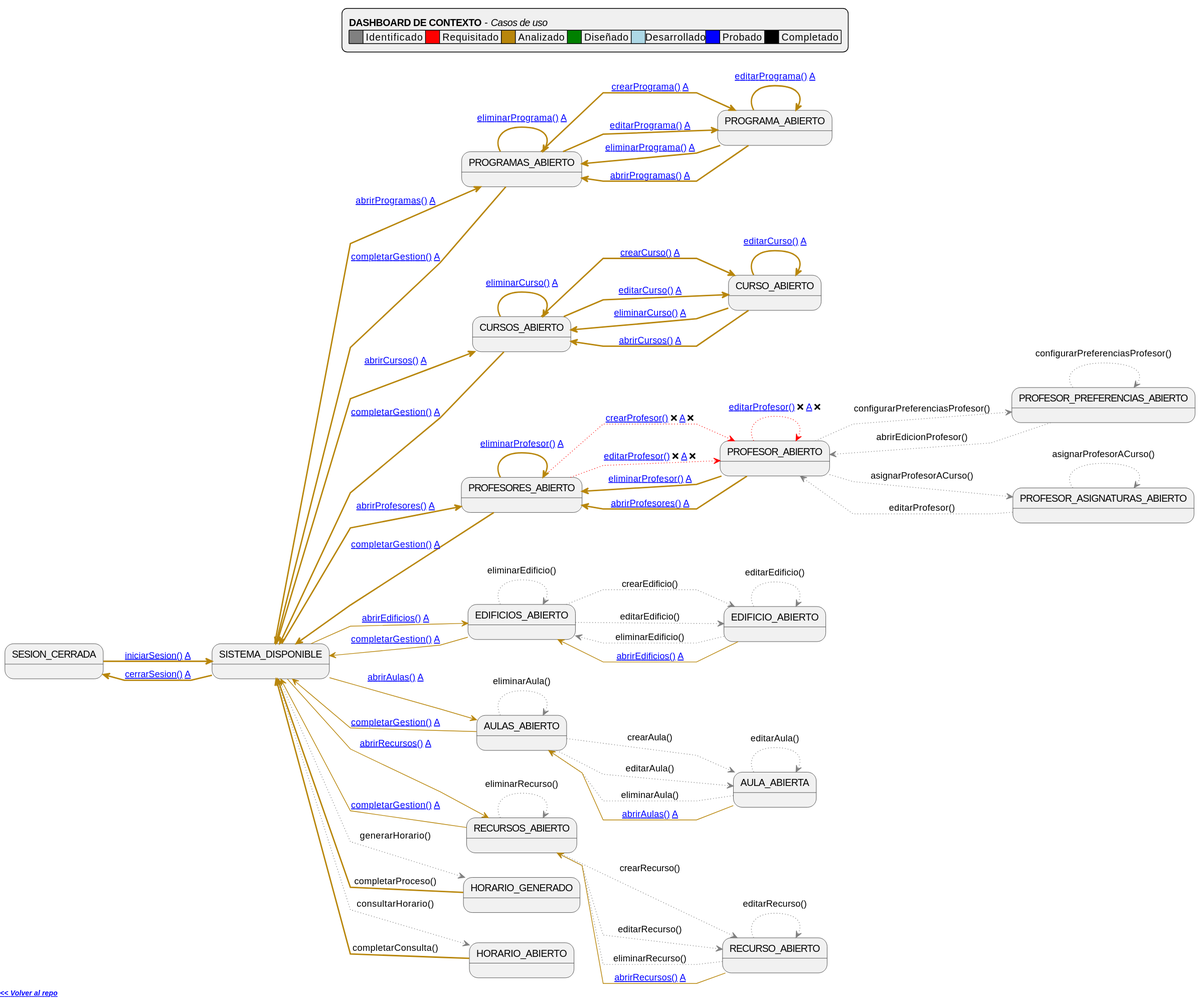
The PlantUML diagram images/RUP/99-seguimiento/diagrama-contexto-administrador.svg in Hexcss/scheduler, before a commit.
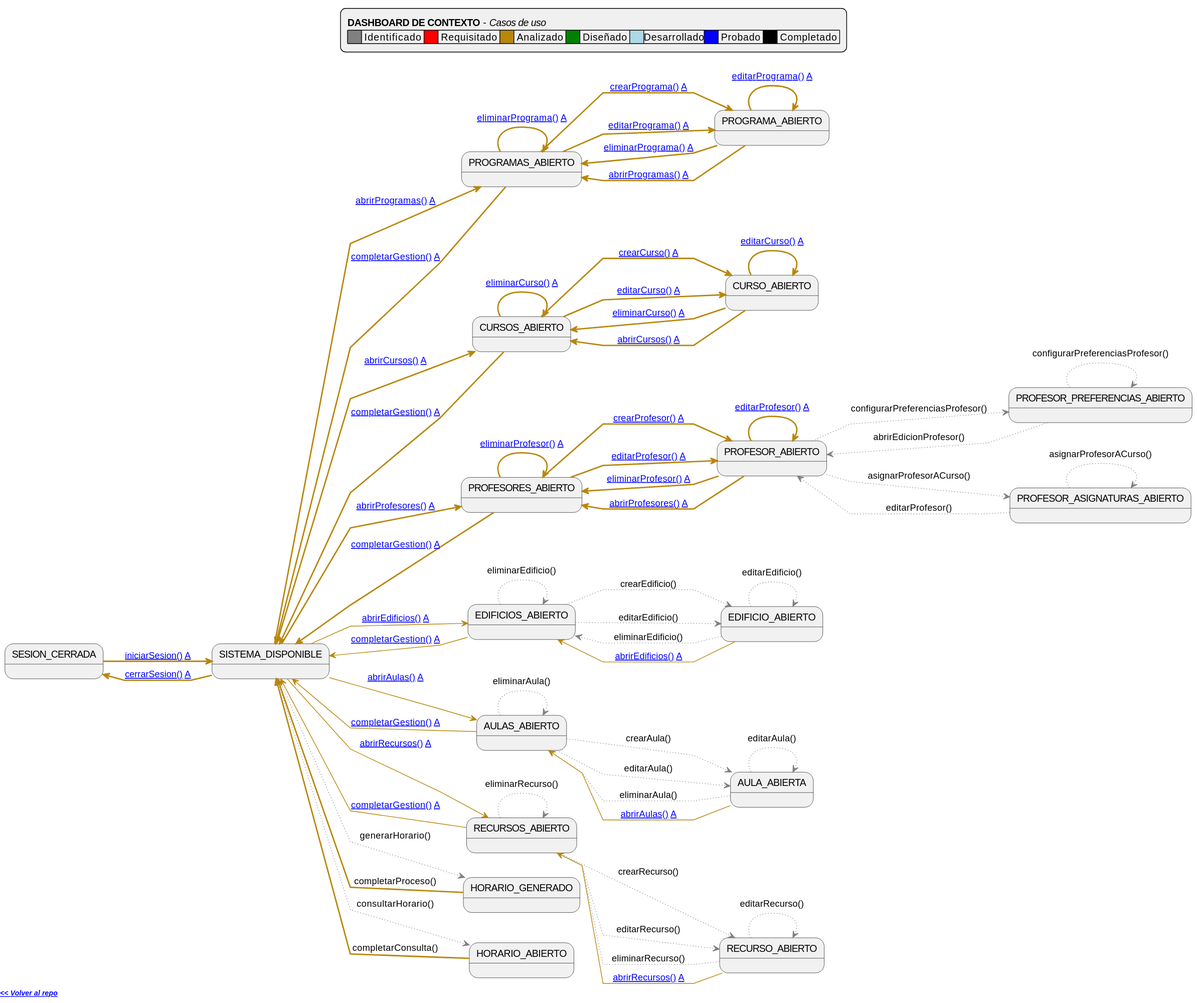
Above is the later version.

Change to the diagram source:
```diff
@@ -71,10 +71,10 @@
 EditCurso -[#darkgoldenrod,thickness=2]-> EditCurso: [[https://github.com/mmasias/pySigHor/blob/main/RUP/00-casos-uso/02-detalle/editarCurso/README.md editarCurso()]] [[https://github.com/mmasias/pySigHor/blob/main/RUP/01-analisis/casos-uso/editarCurso/README.md A]]
 EditCurso -[#darkgoldenrod,thickness=2]-> ListCursos: [[https://github.com/mmasias/pySigHor/blob/main/RUP/00-casos-uso/02-detalle/eliminarCurso/README.md eliminarCurso()]] [[https://github.com/mmasias/pySigHor/blob/main/RUP/01-analisis/casos-uso/eliminarCurso/README.md A]]
 EditCurso -[#darkgoldenrod,thickness=2]-> ListCursos: [[https://github.com/mmasias/pySigHor/blob/main/RUP/00-casos-uso/02-detalle/abrirCursos/README.md abrirCursos()]] [[https://github.com/mmasias/pySigHor/blob/main/RUP/01-analisis/casos-uso/abrirCursos/README.md A]]
-ListProfesores -[#red,dotted]-> EditProfesor: [[https://github.com/mmasias/pySigHor/blob/main/RUP/00-casos-uso/02-detalle/crearProfesor/README.md crearProfesor()]] ❌ [[https://github.com/mmasias/pySigHor/blob/main/RUP/01-analisis/casos-uso/crearProfesor/README.md A]] ❌
-ListProfesores -[#red,dotted]-> EditProfesor: [[https://github.com/mmasias/pySigHor/blob/main/RUP/00-casos-uso/02-detalle/editarProfesor/README.md editarProfesor()]] ❌ [[https://github.com/mmasias/pySigHor/blob/main/RUP/01-analisis/casos-uso/editarProfesor/README.md A]] ❌
+ListProfesores -[#darkgoldenrod,thickness=2]-> EditProfesor: [[https://github.com/mmasias/pySigHor/blob/main/RUP/00-casos-uso/02-detalle/crearProfesor/README.md crearProfesor()]] [[https://github.com/mmasias/pySigHor/blob/main/RUP/01-analisis/casos-uso/crearProfesor/README.md A]]
+ListProfesores -[#darkgoldenrod,thickness=2]-> EditProfesor: [[https://github.com/mmasias/pySigHor/blob/main/RUP/00-casos-uso/02-detalle/editarProfesor/README.md editarProfesor()]] [[https://github.com/mmasias/pySigHor/blob/main/RUP/01-analisis/casos-uso/editarProfesor/README.md A]]
 ListProfesores -[#darkgoldenrod,thickness=2]-> ListProfesores: [[https://github.com/mmasias/pySigHor/blob/main/RUP/00-casos-uso/02-detalle/eliminarProfesor/README.md eliminarProfesor()]] [[https://github.com/mmasias/pySigHor/blob/main/RUP/01-analisis/casos-uso/eliminarProfesor/README.md A]]
-EditProfesor -[#red,dotted]-> EditProfesor: [[https://github.com/mmasias/pySigHor/blob/main/RUP/00-casos-uso/02-detalle/editarProfesor/README.md editarProfesor()]] ❌ [[https://github.com/mmasias/pySigHor/blob/main/RUP/01-analisis/casos-uso/editarProfesor/README.md A]] ❌
+EditProfesor -[#darkgoldenrod,thickness=2]-> EditProfesor: [[https://github.com/mmasias/pySigHor/blob/main/RUP/00-casos-uso/02-detalle/editarProfesor/README.md editarProfesor()]] [[https://github.com/mmasias/pySigHor/blob/main/RUP/01-analisis/casos-uso/editarProfesor/README.md A]]
 EditProfesor -[#darkgoldenrod,thickness=2]-> ListProfesores: [[https://github.com/mmasias/pySigHor/blob/main/RUP/00-casos-uso/02-detalle/eliminarProfesor/README.md eliminarProfesor()]] [[https://github.com/mmasias/pySigHor/blob/main/RUP/01-analisis/casos-uso/eliminarProfesor/README.md A]]
 EditProfesor -[#gray,dotted]-> EditProfesorPreferencias: configurarPreferenciasProfesor()
 EditProfesor -[#darkgoldenrod,thickness=2]-> ListProfesores: [[https://github.com/mmasias/pySigHor/blob/main/RUP/00-casos-uso/02-detalle/abrirProfesores/README.md abrirProfesores()]] [[https://github.com/mmasias/pySigHor/blob/main/RUP/01-analisis/casos-uso/abrirProfesores/README.md A]]
```
